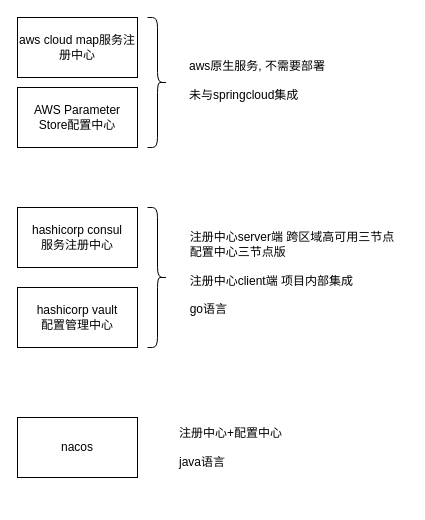
Earlier version of the draw.io diagram VF/store_api_architechture.drawio (yeahsyoung/diagram). Source tidied: cells renumbered, new cells numbered last; positions are measured from the earlier drawing's top-left corner, leaving out a move shared by most shapes. Both pictures are drawn from the tidied source at 100%, with x=0, y=0 at pixel (17, 17).
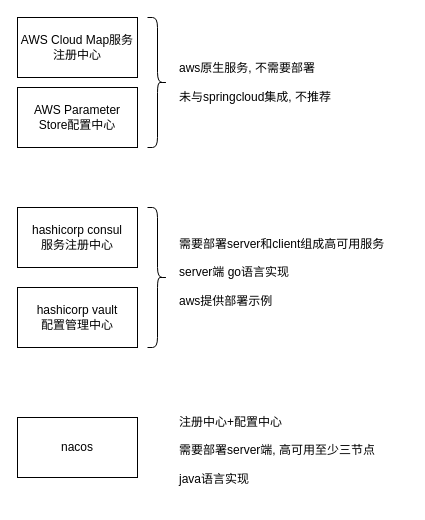
Above is the later version.

Change to the diagram source:
```diff
@@
 <mxGraphModel>
   <root>
     <mxCell id="0" />
     <mxCell id="1" parent="0" />
     <mxCell id="2" value="hashicorp vault&lt;br&gt;配置管理中心" style="rounded=0;whiteSpace=wrap;html=1;" parent="1" vertex="1">
       <mxGeometry y="270" width="120" height="60" as="geometry" />
     </mxCell>
     <mxCell id="3" value="hashicorp consul&lt;br&gt;服务注册中心" style="rounded=0;whiteSpace=wrap;html=1;" parent="1" vertex="1">
       <mxGeometry y="190" width="120" height="60" as="geometry" />
     </mxCell>
     <mxCell id="4" value="nacos" style="rounded=0;whiteSpace=wrap;html=1;" parent="1" vertex="1">
       <mxGeometry y="400" width="120" height="60" as="geometry" />
     </mxCell>
-    <mxCell id="5" value="aws cloud map服务注册中心" style="rounded=0;whiteSpace=wrap;html=1;" parent="1" vertex="1">
+    <mxCell id="5" value="AWS Cloud Map服务注册中心" style="rounded=0;whiteSpace=wrap;html=1;" parent="1" vertex="1">
       <mxGeometry width="120" height="60" as="geometry" />
     </mxCell>
-    <mxCell id="6" value="aws原生服务, 不需要部署&lt;br&gt;&lt;br&gt;未与springcloud集成" style="text;html=1;strokeColor=none;fillColor=none;align=left;verticalAlign=middle;whiteSpace=wrap;rounded=0;" parent="1" vertex="1">
-      <mxGeometry x="170" y="20" width="160" height="85" as="geometry" />
+    <mxCell id="6" value="aws原生服务, 不需要部署&lt;br&gt;&lt;br&gt;未与springcloud集成, 不推荐" style="text;html=1;strokeColor=none;fillColor=none;align=left;verticalAlign=middle;whiteSpace=wrap;rounded=0;" parent="1" vertex="1">
+      <mxGeometry x="160" y="22.5" width="160" height="85" as="geometry" />
     </mxCell>
-    <mxCell id="7" value="&lt;div style=&quot;text-align: left;&quot;&gt;注册中心server端 跨区域高可用三节点&lt;/div&gt;&lt;div style=&quot;text-align: left;&quot;&gt;配置中心三节点版&lt;/div&gt;&lt;div style=&quot;text-align: left;&quot;&gt;&lt;br&gt;&lt;/div&gt;&lt;div style=&quot;text-align: left;&quot;&gt;注册中心client端 项目内部集成&lt;/div&gt;&lt;div style=&quot;text-align: left;&quot;&gt;&lt;br&gt;&lt;/div&gt;&lt;div style=&quot;text-align: left;&quot;&gt;go语言&lt;/div&gt;" style="text;html=1;strokeColor=none;fillColor=none;align=center;verticalAlign=middle;whiteSpace=wrap;rounded=0;" parent="1" vertex="1">
-      <mxGeometry x="160" y="190" width="230" height="132.5" as="geometry" />
+    <mxCell id="7" value="&lt;div style=&quot;&quot;&gt;需要部署server和client组成高可用服务&lt;/div&gt;&lt;div style=&quot;&quot;&gt;&lt;br&gt;&lt;/div&gt;&lt;div style=&quot;&quot;&gt;server端 go语言实现&lt;/div&gt;&lt;div style=&quot;&quot;&gt;&lt;br&gt;&lt;/div&gt;&lt;div style=&quot;&quot;&gt;aws提供部署示例&lt;/div&gt;" style="text;html=1;strokeColor=none;fillColor=none;align=left;verticalAlign=middle;whiteSpace=wrap;rounded=0;" parent="1" vertex="1">
+      <mxGeometry x="160" y="190" width="230" height="130" as="geometry" />
     </mxCell>
     <mxCell id="8" style="shape=curlyBracket;whiteSpace=wrap;html=1;rounded=1;flipH=1;" parent="1" vertex="1">
       <mxGeometry x="130" width="20" height="130" as="geometry" />
     </mxCell>
     <mxCell id="9" style="shape=curlyBracket;whiteSpace=wrap;html=1;rounded=1;flipH=1;" parent="1" vertex="1">
       <mxGeometry x="130" y="190" width="20" height="140" as="geometry" />
     </mxCell>
     <mxCell id="10" value="AWS Parameter Store配置中心" style="rounded=0;whiteSpace=wrap;html=1;" parent="1" vertex="1">
       <mxGeometry y="70" width="120" height="60" as="geometry" />
     </mxCell>
-    <mxCell id="11" value="注册中心+配置中心&lt;br&gt;&lt;br&gt;java语言" style="text;html=1;strokeColor=none;fillColor=none;align=left;verticalAlign=middle;whiteSpace=wrap;rounded=0;" parent="1" vertex="1">
-      <mxGeometry x="160" y="395" width="180" height="70" as="geometry" />
+    <mxCell id="11" value="注册中心+配置中心&lt;br&gt;&lt;br&gt;需要部署server端, 高可用至少三节点&lt;br&gt;&lt;br&gt;java语言实现" style="text;html=1;strokeColor=none;fillColor=none;align=left;verticalAlign=middle;whiteSpace=wrap;rounded=0;" parent="1" vertex="1">
+      <mxGeometry x="160" y="380" width="220" height="105" as="geometry" />
     </mxCell>
   </root>
 </mxGraphModel>
```
